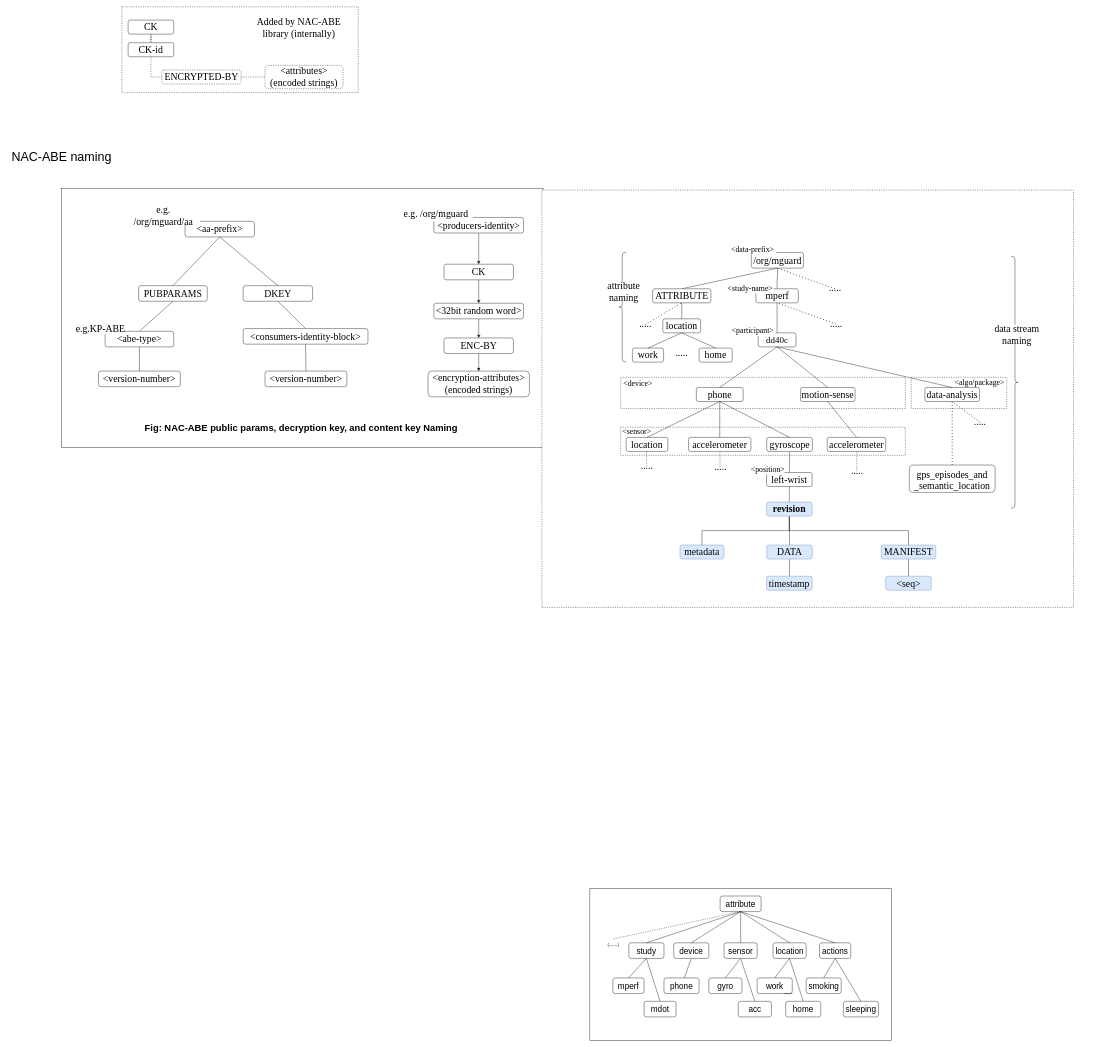
The draw.io diagram page "Namespace" (2 of 4) of docs/latest mGuard .drawio in dulalsaurab/new-mguard, before the edit. Source tidied: cells renumbered, new cells numbered last; positions are measured from the earlier drawing's top-left corner, leaving out a move shared by most shapes. Both pictures are drawn from the tidied source at 39%, with x=0, y=0 at pixel (7, 7).
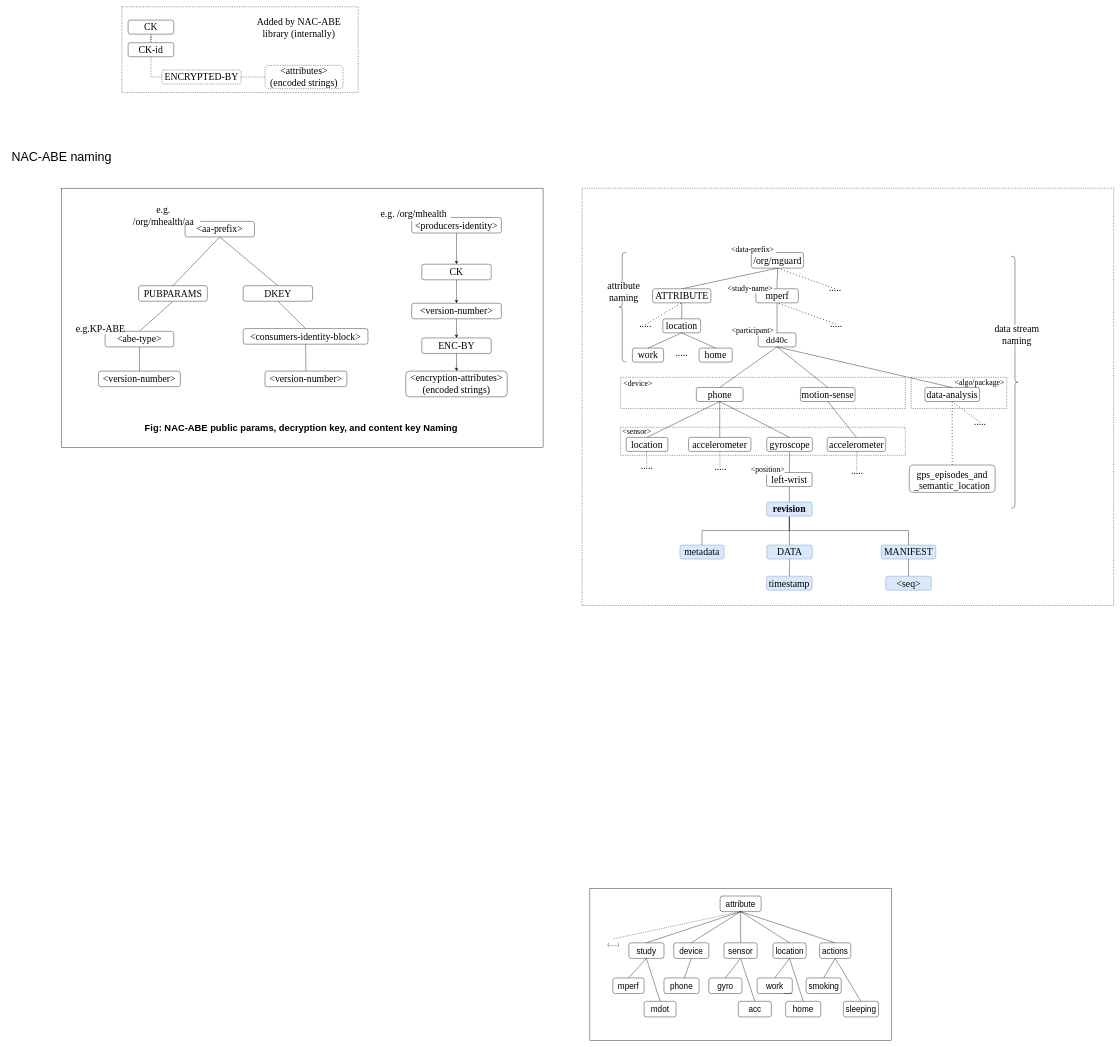
The same page after the edit.

What changed in the source:
```diff
@@
     <mxCell id="3" style="rounded=0;whiteSpace=wrap;html=1;fontFamily=Times New Roman;fontSize=25;dashed=1;fillColor=default;" parent="1" vertex="1">
-      <mxGeometry x="1372" y="470" width="1363" height="1070" as="geometry" />
+      <mxGeometry x="1475" y="465" width="1363" height="1070" as="geometry" />
     </mxCell>
@@
-    <mxCell id="122" value="&lt;font style=&quot;font-size: 25px;&quot;&gt;e.g. /org/mguard/aa&lt;/font&gt;" style="text;html=1;strokeColor=none;fillColor=default;align=center;verticalAlign=middle;whiteSpace=wrap;rounded=0;dashed=1;fontStyle=0;fontFamily=Times New Roman;fontSize=20;labelBackgroundColor=none;labelBorderColor=none;" parent="1" vertex="1">
+    <mxCell id="122" value="&lt;font style=&quot;font-size: 25px;&quot;&gt;e.g. /org/mhealth/aa&lt;/font&gt;" style="text;html=1;strokeColor=none;fillColor=default;align=center;verticalAlign=middle;whiteSpace=wrap;rounded=0;dashed=1;fontStyle=0;fontFamily=Times New Roman;fontSize=20;labelBackgroundColor=none;labelBorderColor=none;" parent="1" vertex="1">
       <mxGeometry x="307" y="512" width="189" height="45" as="geometry" />
     </mxCell>
@@
     <mxCell id="139" value="&lt;font style=&quot;font-size: 25px;&quot;&gt;&amp;lt;producers-identity&amp;gt;&lt;/font&gt;" style="rounded=1;whiteSpace=wrap;html=1;fontStyle=0;fontFamily=Times New Roman;" parent="1" vertex="1">
-      <mxGeometry x="1095" y="540" width="230" height="40" as="geometry" />
+      <mxGeometry x="1038" y="540" width="230" height="40" as="geometry" />
     </mxCell>
-    <mxCell id="140" value="&lt;font face=&quot;Times New Roman&quot; style=&quot;font-size: 25px;&quot;&gt;e.g. /org/mguard&lt;/font&gt;" style="text;html=1;align=center;verticalAlign=middle;strokeColor=none;fillColor=default;" parent="1" vertex="1">
-      <mxGeometry x="1005" y="510" width="190" height="40" as="geometry" />
+    <mxCell id="140" value="&lt;font face=&quot;Times New Roman&quot; style=&quot;font-size: 25px;&quot;&gt;e.g. /org/mhealth&lt;/font&gt;" style="text;html=1;align=center;verticalAlign=middle;strokeColor=none;fillColor=default;" parent="1" vertex="1">
+      <mxGeometry x="948" y="510" width="190" height="40" as="geometry" />
     </mxCell>
@@
     <mxCell id="142" value="&lt;font style=&quot;font-size: 25px&quot;&gt;CK&lt;/font&gt;" style="rounded=1;whiteSpace=wrap;html=1;fontStyle=0;fontFamily=Times New Roman;" parent="1" vertex="1">
-      <mxGeometry x="1121" y="660" width="178" height="40" as="geometry" />
+      <mxGeometry x="1064" y="660" width="178" height="40" as="geometry" />
     </mxCell>
@@
-    <mxCell id="144" value="&lt;font style=&quot;font-size: 25px&quot;&gt;&amp;lt;32bit random word&amp;gt;&lt;/font&gt;" style="rounded=1;whiteSpace=wrap;html=1;fontStyle=0;fontFamily=Times New Roman;" parent="1" vertex="1">
-      <mxGeometry x="1095" y="760" width="230" height="40" as="geometry" />
+    <mxCell id="144" value="&lt;font style=&quot;font-size: 25px&quot;&gt;&amp;lt;version-number&amp;gt;&lt;/font&gt;" style="rounded=1;whiteSpace=wrap;html=1;fontStyle=0;fontFamily=Times New Roman;" parent="1" vertex="1">
+      <mxGeometry x="1038" y="760" width="230" height="40" as="geometry" />
     </mxCell>
     <mxCell id="145" value="&lt;font style=&quot;font-size: 25px&quot;&gt;&amp;lt;encryption-attributes&amp;gt;&lt;br&gt;(encoded strings)&lt;br&gt;&lt;/font&gt;" style="rounded=1;whiteSpace=wrap;html=1;fontStyle=0;fontFamily=Times New Roman;" parent="1" vertex="1">
-      <mxGeometry x="1080" y="934" width="260" height="66" as="geometry" />
+      <mxGeometry x="1023" y="934" width="260" height="66" as="geometry" />
     </mxCell>
@@
     <mxCell id="147" value="&lt;font style=&quot;font-size: 25px&quot;&gt;ENC-BY&lt;/font&gt;" style="rounded=1;whiteSpace=wrap;html=1;fontStyle=0;fontFamily=Times New Roman;" parent="1" vertex="1">
-      <mxGeometry x="1121" y="849" width="178" height="40" as="geometry" />
+      <mxGeometry x="1064" y="849" width="178" height="40" as="geometry" />
     </mxCell>
```
